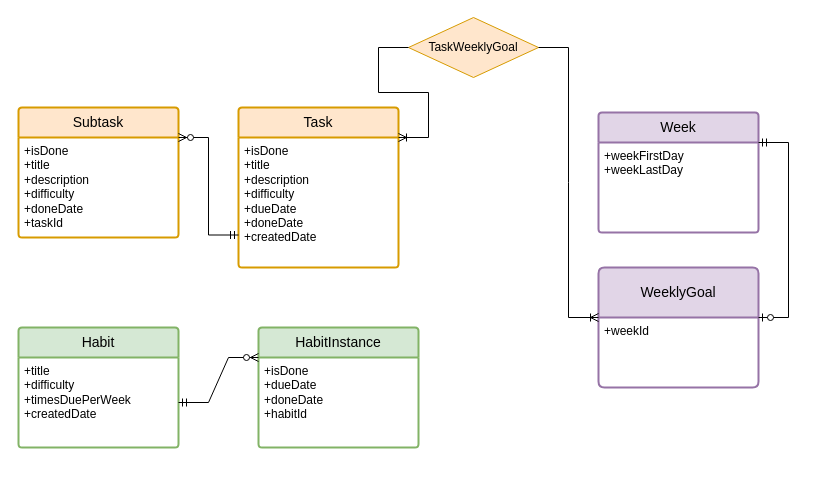
This is Documentation/AchieverERD.drawio from imclerran/AchieverAPI, a draw.io file, before an edit. Source tidied: cells renumbered, new cells numbered last; positions are measured from the earlier drawing's top-left corner, leaving out a move shared by most shapes. Both pictures are drawn from the tidied source at 100%, with x=0, y=0 at pixel (18, 17).
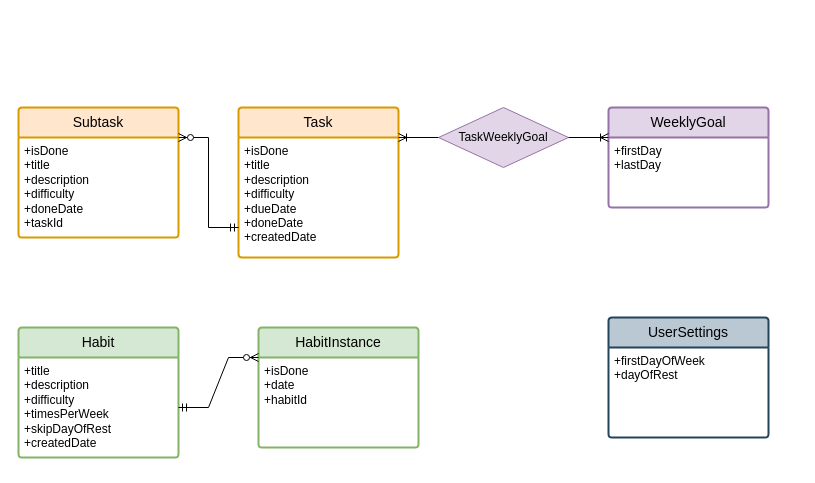
The same page after the edit.

Unchanged cells that the change refers to:
```xml
<mxCell id="9" value="HabitInstance" style="swimlane;horizontal=1;startSize=30;rounded=1;fontSize=14;fontStyle=0;strokeWidth=2;shadow=0;dashed=0;align=center;arcSize=4;whiteSpace=wrap;html=1;fillColor=#d5e8d4;strokeColor=#82b366;" parent="1" vertex="1">
  <mxGeometry x="240" y="310" width="160" height="120" as="geometry" />
</mxCell>
```

The edit, as a diff of the source:
```diff
@@
     <mxCell id="2" value="Task" style="swimlane;horizontal=1;startSize=30;rounded=1;fontSize=14;fontStyle=0;strokeWidth=2;shadow=0;dashed=0;align=center;arcSize=4;whiteSpace=wrap;html=1;fillColor=#ffe6cc;strokeColor=#d79b00;" parent="1" vertex="1">
-      <mxGeometry x="220" y="90" width="160" height="160" as="geometry" />
+      <mxGeometry x="220" y="90" width="160" height="150" as="geometry" />
     </mxCell>
     <mxCell id="3" value="+isDone&lt;br&gt;+title&lt;br&gt;+description&lt;div&gt;+difficulty&lt;br&gt;+dueDate&lt;/div&gt;&lt;div&gt;+doneDate&lt;br&gt;+createdDate&lt;/div&gt;&lt;div&gt;&lt;br&gt;&lt;/div&gt;" style="align=left;strokeColor=none;fillColor=none;spacingLeft=4;fontSize=12;verticalAlign=top;html=1;" parent="2" vertex="1">
-      <mxGeometry y="30" width="160" height="130" as="geometry" />
+      <mxGeometry y="30" width="160" height="120" as="geometry" />
     </mxCell>
@@
     <mxCell id="7" value="Habit" style="swimlane;horizontal=1;startSize=30;rounded=1;fontSize=14;fontStyle=0;strokeWidth=2;shadow=0;dashed=0;align=center;arcSize=4;whiteSpace=wrap;html=1;fillColor=#d5e8d4;strokeColor=#82b366;" parent="1" vertex="1">
-      <mxGeometry y="310" width="160" height="120" as="geometry" />
+      <mxGeometry y="310" width="160" height="130" as="geometry" />
     </mxCell>
-    <mxCell id="8" value="+title&lt;br&gt;+difficulty&lt;br&gt;+timesDuePerWeek&lt;div&gt;+createdDate&lt;/div&gt;" style="align=left;strokeColor=none;fillColor=none;spacingLeft=4;fontSize=12;verticalAlign=top;html=1;" parent="7" vertex="1">
-      <mxGeometry y="30" width="160" height="90" as="geometry" />
+    <mxCell id="8" value="+title&lt;div&gt;+description&lt;br&gt;+difficulty&lt;br&gt;+timesPerWeek&lt;/div&gt;&lt;div&gt;+skipDayOfRest&lt;br&gt;&lt;div&gt;+createdDate&lt;/div&gt;&lt;/div&gt;" style="align=left;strokeColor=none;fillColor=none;spacingLeft=4;fontSize=12;verticalAlign=top;html=1;" parent="7" vertex="1">
+      <mxGeometry y="30" width="160" height="100" as="geometry" />
     </mxCell>
+    <mxCell id="20" style="edgeStyle=orthogonalEdgeStyle;rounded=0;orthogonalLoop=1;jettySize=auto;html=1;exitX=0.5;exitY=1;exitDx=0;exitDy=0;" parent="7" edge="1" source="8" target="8">
+      <mxGeometry relative="1" as="geometry" />
+    </mxCell>
@@
-    <mxCell id="10" value="+isDone&lt;div&gt;+dueDate&lt;/div&gt;&lt;div&gt;+doneDate&lt;/div&gt;&lt;div&gt;+habitId&lt;/div&gt;" style="align=left;strokeColor=none;fillColor=none;spacingLeft=4;fontSize=12;verticalAlign=top;html=1;" parent="9" vertex="1">
+    <mxCell id="10" value="+isDone&lt;div&gt;+date&lt;/div&gt;&lt;div&gt;+habitId&lt;/div&gt;" style="align=left;strokeColor=none;fillColor=none;spacingLeft=4;fontSize=12;verticalAlign=top;html=1;" parent="9" vertex="1">
       <mxGeometry y="30" width="160" height="90" as="geometry" />
     </mxCell>
@@
-    <mxCell id="12" value="Week" style="swimlane;horizontal=1;startSize=30;rounded=1;fontSize=14;fontStyle=0;strokeWidth=2;shadow=0;dashed=0;align=center;arcSize=4;whiteSpace=wrap;html=1;fillColor=#e1d5e7;strokeColor=#9673a6;" parent="1" vertex="1">
-      <mxGeometry x="580" y="95" width="160" height="120" as="geometry" />
-    </mxCell>
-    <mxCell id="13" value="+weekFirstDay&lt;br&gt;+weekLastDay" style="align=left;strokeColor=none;fillColor=none;spacingLeft=4;fontSize=12;verticalAlign=top;html=1;" parent="12" vertex="1">
-      <mxGeometry y="30" width="160" height="90" as="geometry" />
-    </mxCell>
-    <mxCell id="14" value="WeeklyGoal" style="swimlane;horizontal=1;startSize=50;rounded=1;fontSize=14;fontStyle=0;strokeWidth=2;shadow=0;dashed=0;align=center;arcSize=4;whiteSpace=wrap;html=1;fillColor=#e1d5e7;strokeColor=#9673a6;" parent="1" vertex="1">
-      <mxGeometry x="580" y="250" width="160" height="120" as="geometry" />
+    <mxCell id="14" value="WeeklyGoal" style="swimlane;horizontal=1;startSize=30;rounded=1;fontSize=14;fontStyle=0;strokeWidth=2;shadow=0;dashed=0;align=center;arcSize=4;whiteSpace=wrap;html=1;fillColor=#e1d5e7;strokeColor=#9673a6;" parent="1" vertex="1">
+      <mxGeometry x="590" y="90" width="160" height="100" as="geometry" />
     </mxCell>
-    <mxCell id="15" value="+weekId" style="align=left;strokeColor=none;fillColor=none;spacingLeft=4;fontSize=12;verticalAlign=top;html=1;" parent="14" vertex="1">
-      <mxGeometry y="50" width="160" height="70" as="geometry" />
+    <mxCell id="15" value="&lt;div&gt;+firstDay&lt;/div&gt;&lt;div&gt;+lastDay&lt;/div&gt;" style="align=left;strokeColor=none;fillColor=none;spacingLeft=4;fontSize=12;verticalAlign=top;html=1;" parent="14" vertex="1">
+      <mxGeometry y="30" width="160" height="70" as="geometry" />
     </mxCell>
-    <mxCell id="16" value="TaskWeeklyGoal" style="shape=rhombus;perimeter=rhombusPerimeter;whiteSpace=wrap;html=1;align=center;fillColor=#ffe6cc;strokeColor=#d79b00;" parent="1" vertex="1">
-      <mxGeometry x="390" width="130" height="60" as="geometry" />
+    <mxCell id="16" value="TaskWeeklyGoal" style="shape=rhombus;perimeter=rhombusPerimeter;whiteSpace=wrap;html=1;align=center;fillColor=#e1d5e7;strokeColor=#9673a6;" parent="1" vertex="1">
+      <mxGeometry x="420" y="90" width="130" height="60" as="geometry" />
     </mxCell>
-    <mxCell id="17" style="edgeStyle=entityRelationEdgeStyle;fontSize=12;html=1;endArrow=ERzeroToOne;startArrow=ERmandOne;rounded=0;entryX=1;entryY=0;entryDx=0;entryDy=0;exitX=1;exitY=0;exitDx=0;exitDy=0;" parent="1" edge="1" source="13" target="15">
-      <mxGeometry relative="1" as="geometry" />
-    </mxCell>
@@
     <mxCell id="19" style="edgeStyle=entityRelationEdgeStyle;fontSize=12;html=1;endArrow=ERoneToMany;rounded=0;exitX=1;exitY=0.5;exitDx=0;exitDy=0;entryX=0;entryY=0;entryDx=0;entryDy=0;" parent="1" edge="1" source="16" target="15">
-      <mxGeometry relative="1" as="geometry" />
+      <mxGeometry relative="1" as="geometry">
+        <Array as="points">
+          <mxPoint x="890" y="270" />
+          <mxPoint x="900" y="150" />
+          <mxPoint x="920" y="140" />
+        </Array>
+      </mxGeometry>
     </mxCell>
+    <mxCell id="21" value="UserSettings" style="swimlane;horizontal=1;startSize=30;rounded=1;fontSize=14;fontStyle=0;strokeWidth=2;shadow=0;dashed=0;align=center;arcSize=4;whiteSpace=wrap;html=1;fillColor=#bac8d3;strokeColor=#23445d;" parent="1" vertex="1">
+      <mxGeometry x="590" y="300" width="160" height="120" as="geometry" />
+    </mxCell>
+    <mxCell id="22" value="&lt;div&gt;+firstDayOfWeek&lt;/div&gt;+dayOfRest" style="align=left;strokeColor=none;fillColor=none;spacingLeft=4;fontSize=12;verticalAlign=top;html=1;" parent="21" vertex="1">
+      <mxGeometry y="30" width="160" height="90" as="geometry" />
+    </mxCell>
```
